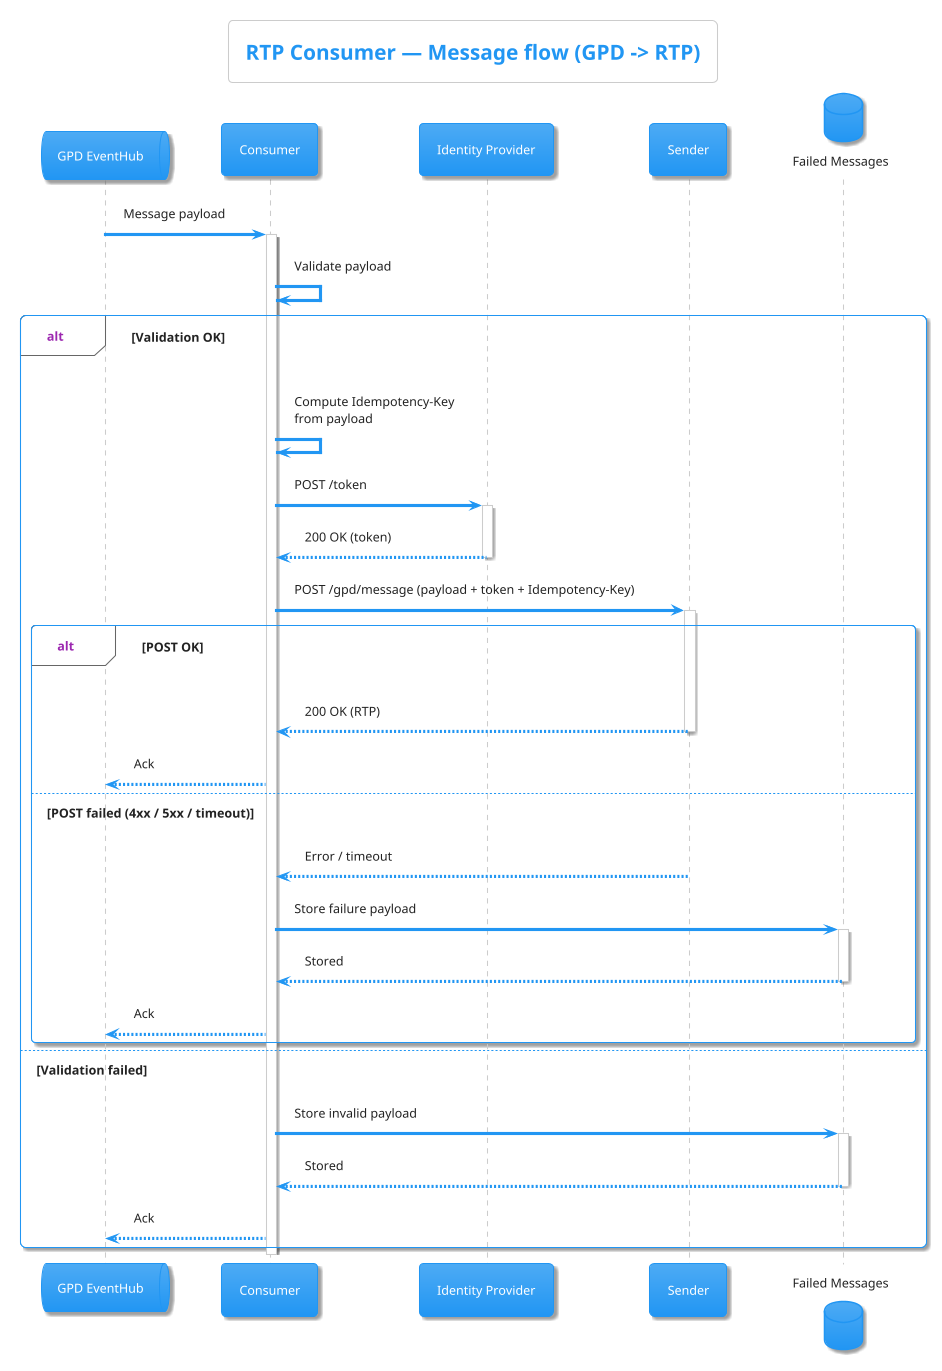
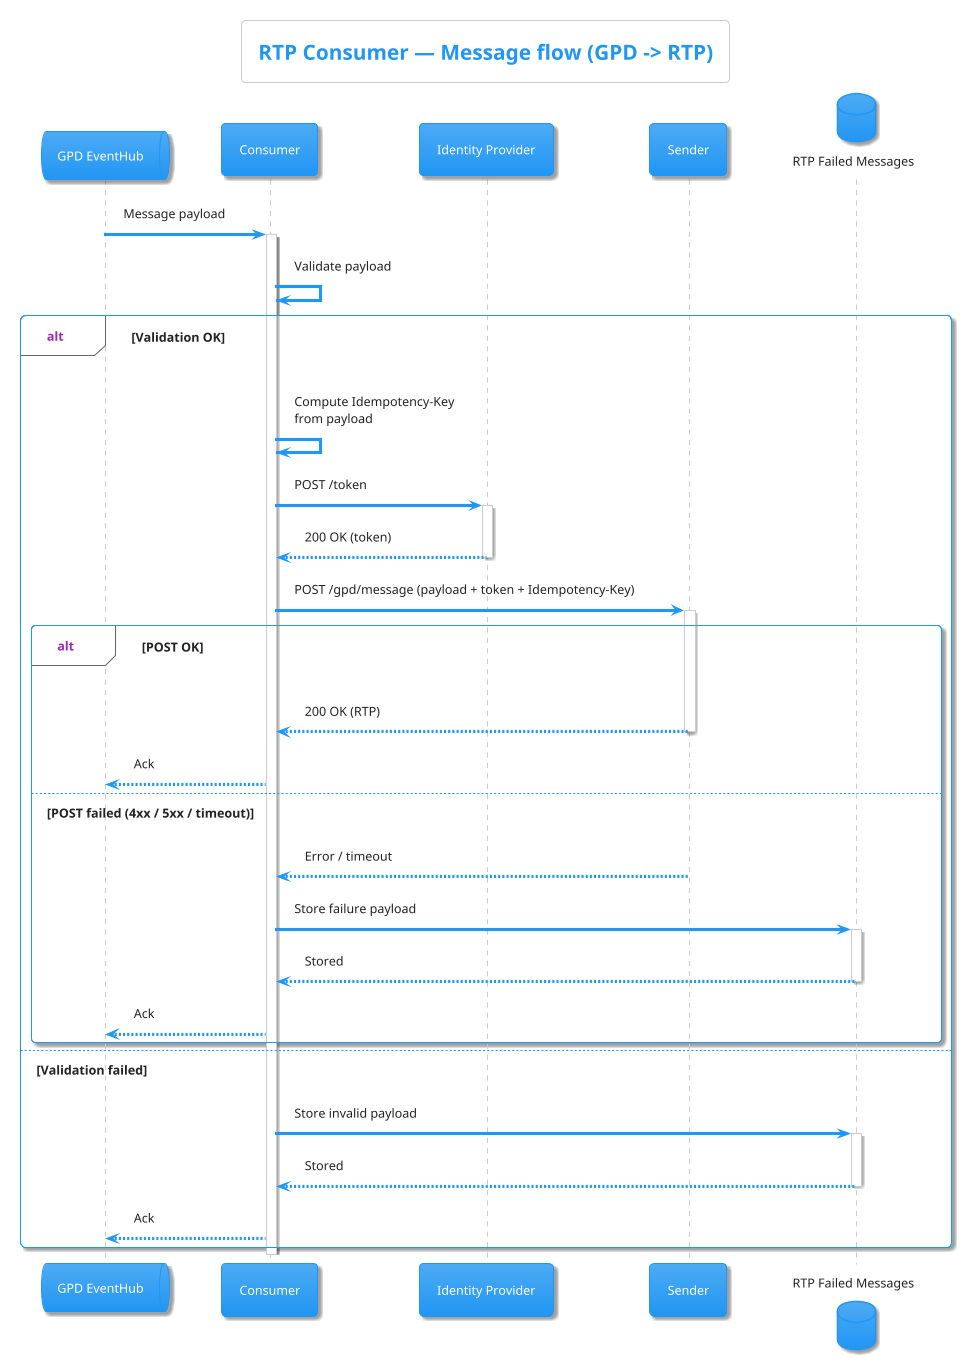
@startuml
!theme materia

title RTP Consumer — Message flow (GPD -> RTP)

queue "GPD EventHub" as EH
participant "Consumer" as C
participant "Identity Provider" as MA
participant "Sender" as S
- database "Failed Messages" as DLQ
+ database "RTP Failed Messages" as FM

EH -> C : Message payload
activate C

C -> C : Validate payload

alt Validation OK

  C -> C : Compute Idempotency-Key\nfrom payload

  C -> MA : POST /token
  activate MA
  MA --> C : 200 OK (token)
  deactivate MA

  C -> S : POST /gpd/message (payload + token + Idempotency-Key)
  activate S

  alt POST OK
    S --> C : 200 OK (RTP)
    deactivate S
    C --> EH : Ack

  else POST failed (4xx / 5xx / timeout)
    S --> C : Error / timeout
    deactivate S

-     C -> DLQ : Store failure payload
-     activate DLQ
-     DLQ --> C : Stored
-     deactivate DLQ
+     C -> FM : Store failure payload
+     activate FM
+     FM --> C : Stored
+     deactivate FM

    C --> EH : Ack
  end

else Validation failed
-   C -> DLQ : Store invalid payload
-   activate DLQ
-   DLQ --> C : Stored
-   deactivate DLQ
+   C -> FM : Store invalid payload
+   activate FM
+   FM --> C : Stored
+   deactivate FM

  C --> EH : Ack
end

deactivate C
@enduml